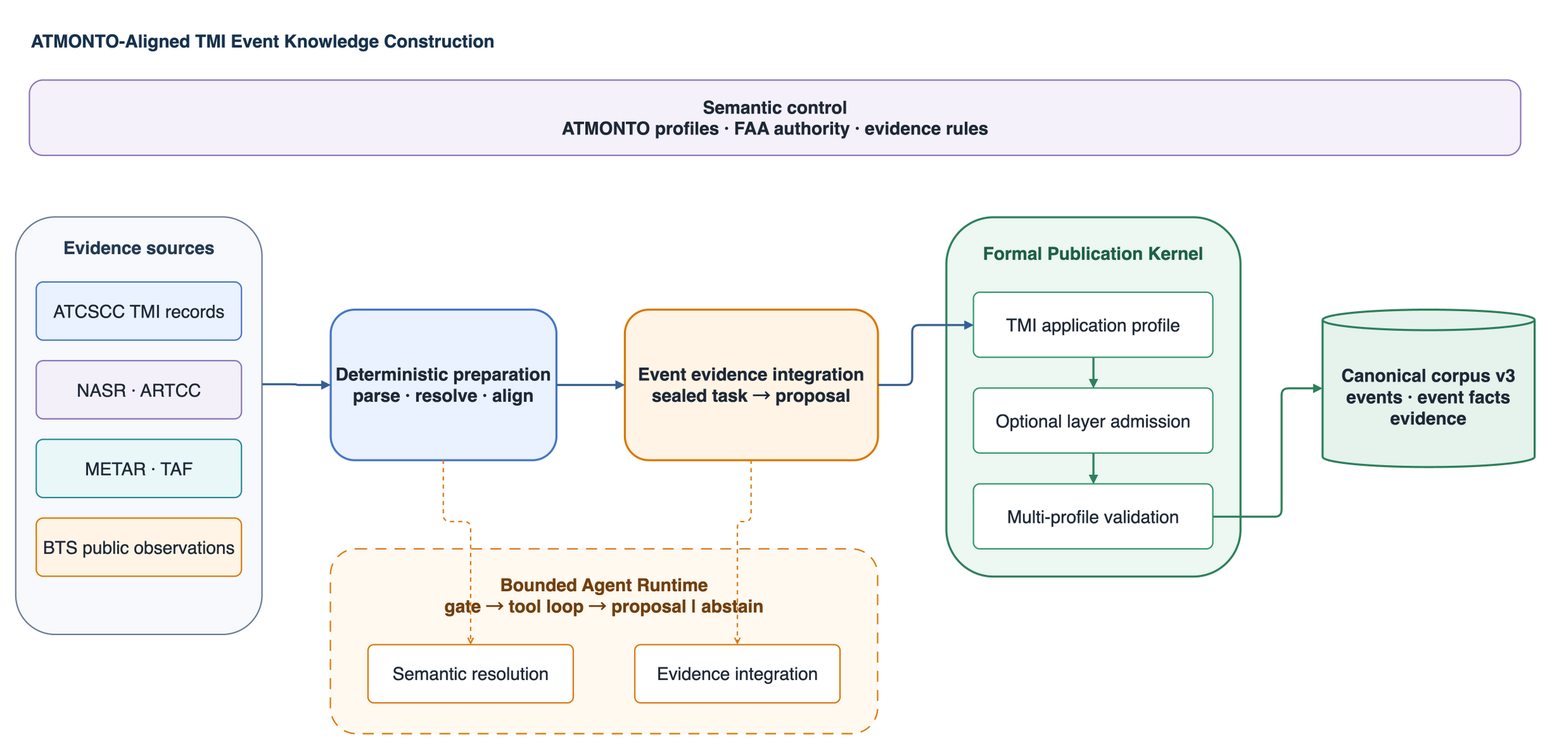
Earlier version of the draw.io export docs/figures/tmi_event_construction_architecture.png (exordor/aviation_agentic_ai). Source tidied: cells renumbered, new cells last; positions are measured from the earlier drawing's top-left corner, leaving out a move shared by most shapes. Its diagram source:
```xml
<mxGraphModel background="#FFFFFF">
  <root>
    <mxCell id="0" />
    <mxCell id="1" parent="0" />
    <mxCell id="2" style="text;strokeColor=none;fillColor=none;align=center;verticalAlign=middle;whiteSpace=wrap;html=1;fontSize=22;fontStyle=1;fontColor=#111827;" parent="1" vertex="1">
      <mxGeometry width="1" height="1" as="geometry" />
    </mxCell>
    <mxCell id="3" value="ATMONTO-Aligned TMI Event Knowledge Construction" style="text;strokeColor=none;fillColor=none;align=center;verticalAlign=middle;whiteSpace=wrap;html=1;fontColor=#17324D;fontSize=26;fontStyle=1;align=left;verticalAlign=middle;whiteSpace=wrap;html=1;" parent="1" vertex="1">
      <mxGeometry x="20" y="10" width="2180" height="55" as="geometry" />
    </mxCell>
    <mxCell id="4" value="Semantic control&#10;ATMONTO profiles · FAA authority · evidence rules" style="rounded=1;whiteSpace=wrap;html=1;fillColor=#F5F1FB;strokeColor=#8B76B8;fontColor=#1f2937;fontSize=26;fontStyle=1;strokeWidth=2;arcSize=18;whiteSpace=wrap;html=1;align=center;verticalAlign=middle;" parent="1" vertex="1">
      <mxGeometry x="20" y="95" width="2180" height="110" as="geometry" />
    </mxCell>
    <mxCell id="5" style="rounded=1;whiteSpace=wrap;html=1;fillColor=#F7F9FC;strokeColor=#6B7C93;fontColor=#1f2937;strokeWidth=2;arcSize=16;" parent="1" vertex="1">
      <mxGeometry y="295" width="360" height="610" as="geometry" />
    </mxCell>
    <mxCell id="6" value="Evidence sources" style="text;strokeColor=none;fillColor=none;align=center;verticalAlign=middle;whiteSpace=wrap;html=1;fontColor=#253B53;fontSize=26;fontStyle=1;align=center;verticalAlign=middle;whiteSpace=wrap;html=1;" parent="1" vertex="1">
      <mxGeometry x="30" y="315" width="300" height="50" as="geometry" />
    </mxCell>
    <mxCell id="7" value="ATCSCC TMI records" style="rounded=1;whiteSpace=wrap;html=1;fillColor=#EAF2FF;strokeColor=#4776C6;fontColor=#1f2937;fontSize=26;strokeWidth=2;arcSize=12;whiteSpace=wrap;html=1;" parent="1" vertex="1">
      <mxGeometry x="30" y="390" width="300" height="85" as="geometry" />
    </mxCell>
    <mxCell id="8" value="NASR · ARTCC" style="rounded=1;whiteSpace=wrap;html=1;fillColor=#F3F0FA;strokeColor=#8B76B8;fontColor=#1f2937;fontSize=26;strokeWidth=2;arcSize=12;whiteSpace=wrap;html=1;" parent="1" vertex="1">
      <mxGeometry x="30" y="505" width="300" height="85" as="geometry" />
    </mxCell>
    <mxCell id="9" value="METAR · TAF" style="rounded=1;whiteSpace=wrap;html=1;fillColor=#EAF7F8;strokeColor=#278A96;fontColor=#1f2937;fontSize=26;strokeWidth=2;arcSize=12;whiteSpace=wrap;html=1;" parent="1" vertex="1">
      <mxGeometry x="30" y="620" width="300" height="85" as="geometry" />
    </mxCell>
    <mxCell id="10" value="BTS public observations" style="rounded=1;whiteSpace=wrap;html=1;fillColor=#FFF4E5;strokeColor=#D97904;fontColor=#1f2937;fontSize=26;strokeWidth=2;arcSize=12;whiteSpace=wrap;html=1;" parent="1" vertex="1">
      <mxGeometry x="30" y="735" width="300" height="85" as="geometry" />
    </mxCell>
    <mxCell id="11" value="Deterministic preparation&#10;parse · resolve · align" style="rounded=1;whiteSpace=wrap;html=1;fillColor=#EAF2FF;strokeColor=#4776C6;fontColor=#1f2937;fontSize=26;fontStyle=1;strokeWidth=3;arcSize=16;whiteSpace=wrap;html=1;align=center;verticalAlign=middle;" parent="1" vertex="1">
      <mxGeometry x="460" y="430" width="330" height="220" as="geometry" />
    </mxCell>
    <mxCell id="12" value="Event evidence integration&#10;sealed task → proposal" style="rounded=1;whiteSpace=wrap;html=1;fillColor=#FFF4E5;strokeColor=#D97904;fontColor=#1f2937;fontSize=26;fontStyle=1;strokeWidth=3;arcSize=16;whiteSpace=wrap;html=1;align=center;verticalAlign=middle;" parent="1" vertex="1">
      <mxGeometry x="890" y="430" width="370" height="220" as="geometry" />
    </mxCell>
    <mxCell id="13" style="rounded=1;whiteSpace=wrap;html=1;fillColor=#ECF8F1;strokeColor=#2E805D;fontColor=#1f2937;strokeWidth=3;arcSize=16;" parent="1" vertex="1">
      <mxGeometry x="1360" y="295" width="430" height="525" as="geometry" />
    </mxCell>
    <mxCell id="14" value="Formal Publication Kernel" style="text;strokeColor=none;fillColor=none;align=center;verticalAlign=middle;whiteSpace=wrap;html=1;fontColor=#1F6048;fontSize=26;fontStyle=1;align=center;verticalAlign=middle;whiteSpace=wrap;html=1;" parent="1" vertex="1">
      <mxGeometry x="1390" y="320" width="370" height="55" as="geometry" />
    </mxCell>
    <mxCell id="15" value="TMI application profile" style="rounded=1;whiteSpace=wrap;html=1;fillColor=#FFFFFF;strokeColor=#33966D;fontColor=#1f2937;fontSize=26;strokeWidth=2;arcSize=10;whiteSpace=wrap;html=1;" parent="1" vertex="1">
      <mxGeometry x="1400" y="405" width="350" height="95" as="geometry" />
    </mxCell>
    <mxCell id="16" value="Optional layer admission" style="rounded=1;whiteSpace=wrap;html=1;fillColor=#FFFFFF;strokeColor=#33966D;fontColor=#1f2937;fontSize=26;strokeWidth=2;arcSize=10;whiteSpace=wrap;html=1;" parent="1" vertex="1">
      <mxGeometry x="1400" y="545" width="350" height="95" as="geometry" />
    </mxCell>
    <mxCell id="17" value="Multi-profile validation" style="rounded=1;whiteSpace=wrap;html=1;fillColor=#FFFFFF;strokeColor=#33966D;fontColor=#1f2937;fontSize=26;strokeWidth=2;arcSize=10;whiteSpace=wrap;html=1;" parent="1" vertex="1">
      <mxGeometry x="1400" y="685" width="350" height="95" as="geometry" />
    </mxCell>
    <mxCell id="18" value="Canonical corpus v3&#10;events · event facts&#10;evidence" style="shape=cylinder3;boundedLbl=1;backgroundOutline=1;whiteSpace=wrap;html=1;fillColor=#E5F3EC;strokeColor=#2E805D;fontColor=#1f2937;fontSize=26;fontStyle=1;strokeWidth=3;whiteSpace=wrap;html=1;align=center;verticalAlign=middle;" parent="1" vertex="1">
      <mxGeometry x="1910" y="430" width="310" height="230" as="geometry" />
    </mxCell>
    <mxCell id="19" style="rounded=1;whiteSpace=wrap;html=1;fillColor=#FFF9F0;strokeColor=#D97904;fontColor=#1f2937;strokeWidth=2;dashed=1;arcSize=14;dashPattern=8 6;" parent="1" vertex="1">
      <mxGeometry x="460" y="780" width="800" height="270" as="geometry" />
    </mxCell>
    <mxCell id="20" value="Bounded Agent Runtime&#10;gate → tool loop → proposal | abstain" style="text;strokeColor=none;fillColor=none;align=center;verticalAlign=middle;whiteSpace=wrap;html=1;fontColor=#72400D;fontSize=26;fontStyle=1;align=center;verticalAlign=middle;whiteSpace=wrap;html=1;" parent="1" vertex="1">
      <mxGeometry x="490" y="805" width="740" height="85" as="geometry" />
    </mxCell>
    <mxCell id="21" value="Semantic resolution" style="rounded=1;whiteSpace=wrap;html=1;fillColor=#FFFFFF;strokeColor=#D97904;fontColor=#1f2937;fontSize=26;strokeWidth=2;arcSize=10;whiteSpace=wrap;html=1;" parent="1" vertex="1">
      <mxGeometry x="515" y="920" width="300" height="85" as="geometry" />
    </mxCell>
    <mxCell id="22" value="Evidence integration" style="rounded=1;whiteSpace=wrap;html=1;fillColor=#FFFFFF;strokeColor=#D97904;fontColor=#1f2937;fontSize=26;strokeWidth=2;arcSize=10;whiteSpace=wrap;html=1;" parent="1" vertex="1">
      <mxGeometry x="905" y="920" width="300" height="85" as="geometry" />
    </mxCell>
    <mxCell id="23" style="edgeStyle=orthogonalEdgeStyle;rounded=1;jettySize=auto;html=1;endArrow=block;endFill=1;strokeColor=#355F91;strokeWidth=3;exitX=1;exitY=0.4;entryX=0;entryY=0.5;" parent="1" edge="1" source="5" target="11">
      <mxGeometry relative="1" as="geometry">
        <Array as="points">
          <mxPoint x="410" y="539" />
          <mxPoint x="410" y="540" />
        </Array>
      </mxGeometry>
    </mxCell>
    <mxCell id="24" style="edgeStyle=orthogonalEdgeStyle;rounded=1;jettySize=auto;html=1;endArrow=block;endFill=1;strokeColor=#355F91;strokeWidth=3;exitX=1;exitY=0.5;entryX=0;entryY=0.5;" parent="1" edge="1" source="11" target="12">
      <mxGeometry relative="1" as="geometry">
        <Array as="points">
          <mxPoint x="840" y="540" />
        </Array>
      </mxGeometry>
    </mxCell>
    <mxCell id="25" style="edgeStyle=orthogonalEdgeStyle;rounded=1;jettySize=auto;html=1;endArrow=block;endFill=1;strokeColor=#355F91;strokeWidth=3;exitX=1;exitY=0.5;entryX=0;entryY=0.5;" parent="1" edge="1" source="12" target="15">
      <mxGeometry relative="1" as="geometry">
        <Array as="points">
          <mxPoint x="1310" y="540" />
          <mxPoint x="1310" y="452" />
        </Array>
      </mxGeometry>
    </mxCell>
    <mxCell id="26" style="edgeStyle=orthogonalEdgeStyle;rounded=1;jettySize=auto;html=1;endArrow=block;endFill=1;strokeColor=#2E805D;strokeWidth=3;exitX=0.5;exitY=1;entryX=0.5;entryY=0;" parent="1" edge="1" source="15" target="16">
      <mxGeometry relative="1" as="geometry">
        <Array as="points">
          <mxPoint x="1575" y="525" />
        </Array>
      </mxGeometry>
    </mxCell>
    <mxCell id="27" style="edgeStyle=orthogonalEdgeStyle;rounded=1;jettySize=auto;html=1;endArrow=block;endFill=1;strokeColor=#2E805D;strokeWidth=3;exitX=0.5;exitY=1;entryX=0.5;entryY=0;" parent="1" edge="1" source="16" target="17">
      <mxGeometry relative="1" as="geometry">
        <Array as="points">
          <mxPoint x="1575" y="665" />
        </Array>
      </mxGeometry>
    </mxCell>
    <mxCell id="28" style="edgeStyle=orthogonalEdgeStyle;rounded=1;jettySize=auto;html=1;endArrow=block;endFill=1;strokeColor=#2E805D;strokeWidth=3;exitX=1;exitY=0.5;entryX=0;entryY=0.5;" parent="1" edge="1" source="17" target="18">
      <mxGeometry relative="1" as="geometry">
        <Array as="points">
          <mxPoint x="1850" y="732" />
          <mxPoint x="1850" y="545" />
        </Array>
      </mxGeometry>
    </mxCell>
    <mxCell id="29" style="edgeStyle=orthogonalEdgeStyle;rounded=1;jettySize=auto;html=1;endArrow=open;endFill=1;strokeColor=#D97904;strokeWidth=2;dashed=1;exitX=0.5;exitY=1;entryX=0.5;entryY=0;" parent="1" edge="1" source="11" target="21">
      <mxGeometry relative="1" as="geometry">
        <Array as="points">
          <mxPoint x="625" y="740" />
          <mxPoint x="665" y="740" />
        </Array>
      </mxGeometry>
    </mxCell>
    <mxCell id="30" style="edgeStyle=orthogonalEdgeStyle;rounded=1;jettySize=auto;html=1;endArrow=open;endFill=1;strokeColor=#D97904;strokeWidth=2;dashed=1;exitX=0.5;exitY=1;entryX=0.5;entryY=0;" parent="1" edge="1" source="12" target="22">
      <mxGeometry relative="1" as="geometry">
        <Array as="points">
          <mxPoint x="1075" y="740" />
          <mxPoint x="1055" y="740" />
        </Array>
      </mxGeometry>
    </mxCell>
  </root>
</mxGraphModel>
```
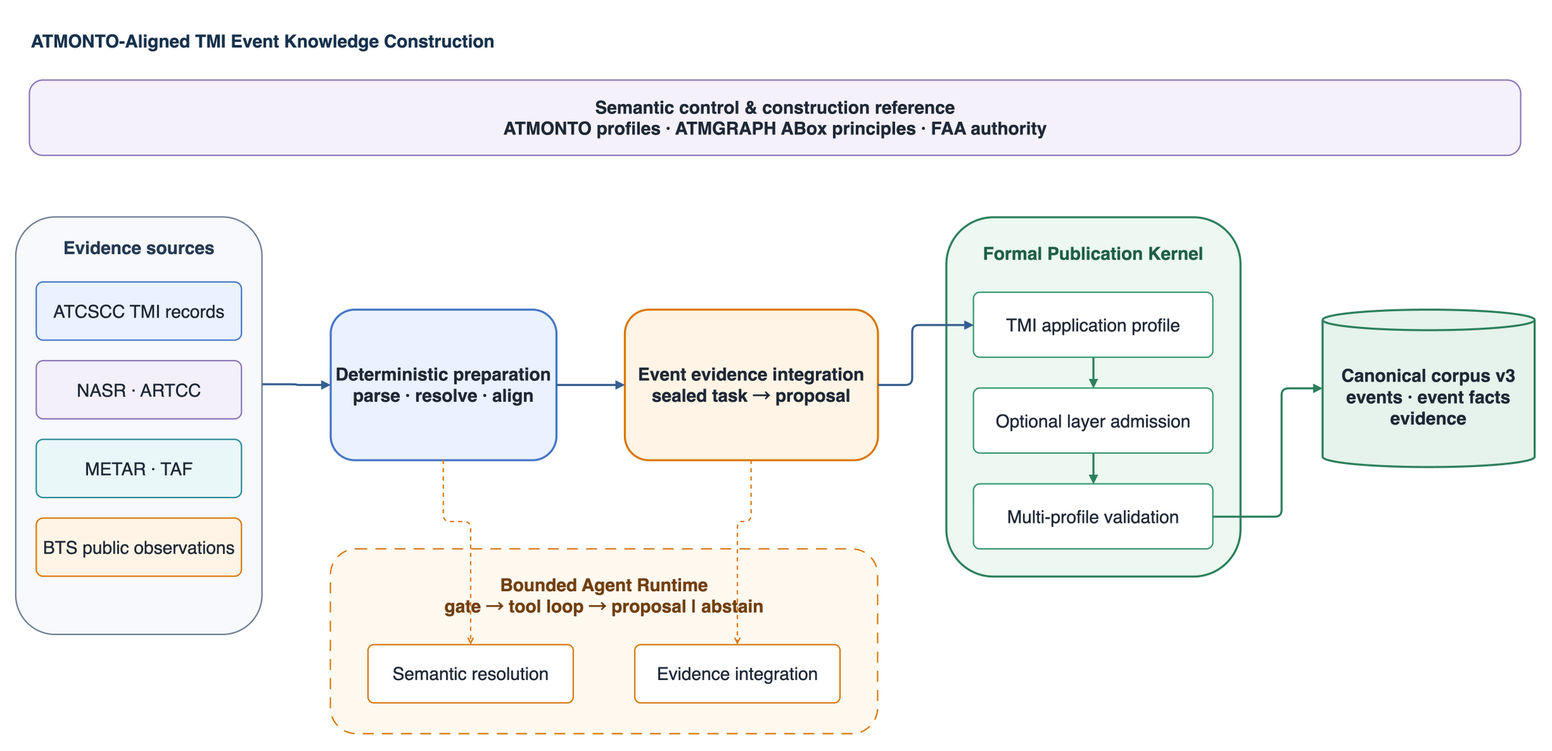
After the change.

Diff of the diagram source:
```diff
@@ -8,7 +8,7 @@
     <mxCell id="3" value="ATMONTO-Aligned TMI Event Knowledge Construction" style="text;strokeColor=none;fillColor=none;align=center;verticalAlign=middle;whiteSpace=wrap;html=1;fontColor=#17324D;fontSize=26;fontStyle=1;align=left;verticalAlign=middle;whiteSpace=wrap;html=1;" parent="1" vertex="1">
       <mxGeometry x="20" y="10" width="2180" height="55" as="geometry" />
     </mxCell>
-    <mxCell id="4" value="Semantic control&#10;ATMONTO profiles · FAA authority · evidence rules" style="rounded=1;whiteSpace=wrap;html=1;fillColor=#F5F1FB;strokeColor=#8B76B8;fontColor=#1f2937;fontSize=26;fontStyle=1;strokeWidth=2;arcSize=18;whiteSpace=wrap;html=1;align=center;verticalAlign=middle;" parent="1" vertex="1">
+    <mxCell id="4" value="Semantic control &amp; construction reference&#10;ATMONTO profiles · ATMGRAPH ABox principles · FAA authority" style="rounded=1;whiteSpace=wrap;html=1;fillColor=#F5F1FB;strokeColor=#8B76B8;fontColor=#1f2937;fontSize=26;fontStyle=1;strokeWidth=2;arcSize=18;whiteSpace=wrap;html=1;align=center;verticalAlign=middle;" parent="1" vertex="1">
       <mxGeometry x="20" y="95" width="2180" height="110" as="geometry" />
     </mxCell>
     <mxCell id="5" style="rounded=1;whiteSpace=wrap;html=1;fillColor=#F7F9FC;strokeColor=#6B7C93;fontColor=#1f2937;strokeWidth=2;arcSize=16;" parent="1" vertex="1">
```
